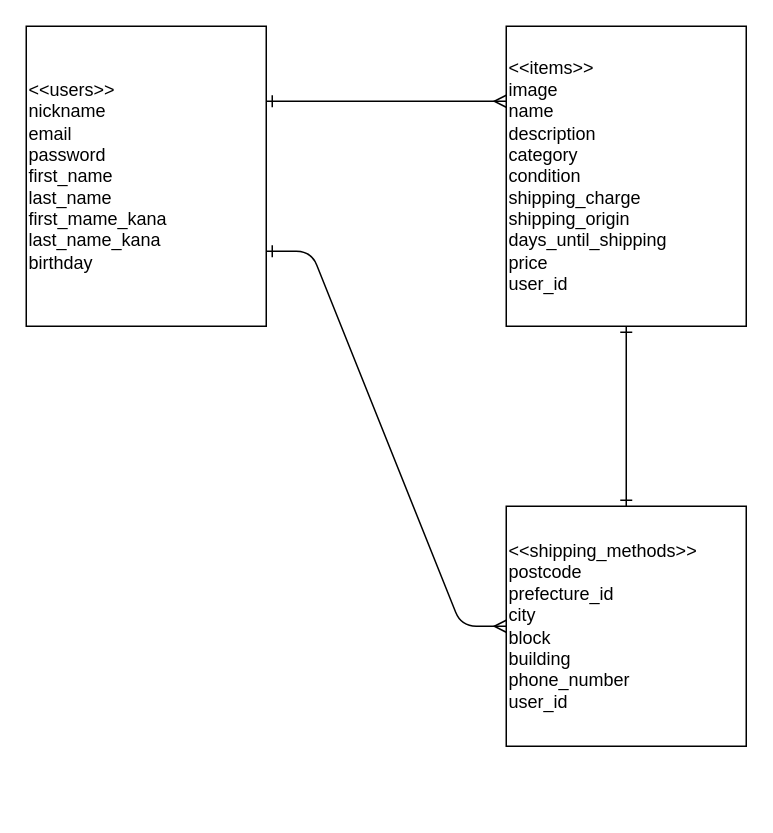
This is drawio/furima.drawio from yutaiko/furima_28263, a draw.io file, before an edit. Source tidied: cells renumbered, new cells numbered last; positions are measured from the earlier drawing's top-left corner, leaving out a move shared by most shapes. Both pictures are drawn from the tidied source at 150%, with x=0, y=0 at pixel (26, 26).
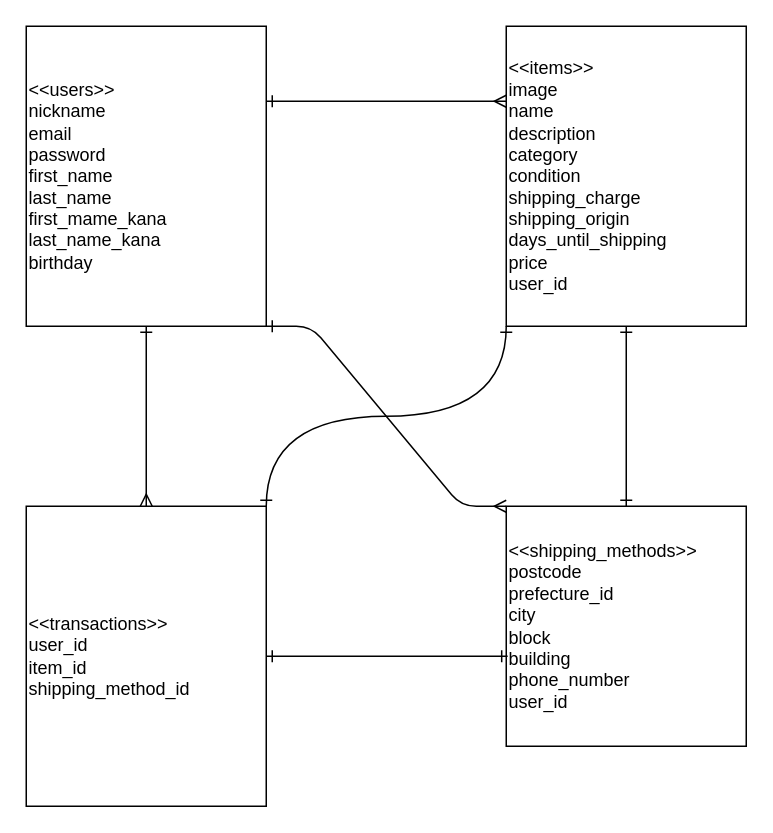
The same diagram, later.

Change to the diagram source:
```diff
@@
 <mxGraphModel>
   <root>
     <mxCell id="0" />
     <mxCell id="1" parent="0" />
     <mxCell id="2" value="&amp;lt;&amp;lt;users&amp;gt;&amp;gt;&lt;br&gt;nickname&lt;br&gt;email&lt;br&gt;password&lt;br&gt;first_name&lt;br&gt;last_name&lt;br&gt;first_mame_kana&lt;br&gt;last_name_kana&lt;br&gt;birthday" style="rounded=0;whiteSpace=wrap;html=1;align=left;" parent="1" vertex="1">
       <mxGeometry width="160" height="200" as="geometry" />
     </mxCell>
     <mxCell id="3" style="edgeStyle=none;rounded=0;jettySize=auto;html=1;exitX=0.5;exitY=1;exitDx=0;exitDy=0;startArrow=ERoneToMany;startFill=0;endArrow=ERone;endFill=0;strokeWidth=1;" parent="1" edge="1" source="4">
       <mxGeometry relative="1" as="geometry">
         <mxPoint x="400" y="200" as="targetPoint" />
       </mxGeometry>
     </mxCell>
     <mxCell id="4" value="&amp;lt;&amp;lt;items&amp;gt;&amp;gt;&lt;br&gt;image&lt;br&gt;name&lt;br&gt;description&lt;br&gt;category&lt;br&gt;condition&lt;br&gt;shipping_charge&lt;br&gt;shipping_origin&lt;br&gt;days_until_shipping&lt;br&gt;price&lt;br&gt;user_id" style="rounded=0;whiteSpace=wrap;html=1;align=left;" parent="1" vertex="1">
       <mxGeometry x="320" width="160" height="200" as="geometry" />
     </mxCell>
     <mxCell id="5" value="&amp;lt;&amp;lt;shipping_methods&amp;gt;&amp;gt;&lt;br&gt;postcode&lt;br&gt;prefecture_id&lt;br&gt;&lt;div&gt;&lt;span&gt;city&lt;/span&gt;&lt;/div&gt;&lt;div&gt;&lt;span&gt;block&lt;/span&gt;&lt;/div&gt;building&lt;br&gt;phone_number&lt;br&gt;user_id" style="rounded=0;whiteSpace=wrap;html=1;align=left;" parent="1" vertex="1">
       <mxGeometry x="320" y="320" width="160" height="160" as="geometry" />
     </mxCell>
     <mxCell id="6" style="fontSize=12;html=1;endArrow=ERone;startArrow=ERone;strokeWidth=1;exitX=0.5;exitY=1;exitDx=0;exitDy=0;endFill=0;startFill=0;" parent="1" edge="1" source="4" target="5">
       <mxGeometry relative="1" as="geometry" />
     </mxCell>
-    <mxCell id="7" style="edgeStyle=entityRelationEdgeStyle;fontSize=12;html=1;endArrow=ERmany;strokeWidth=1;exitX=1;exitY=0.75;exitDx=0;exitDy=0;entryX=0;entryY=0.5;entryDx=0;entryDy=0;startArrow=ERone;startFill=0;endFill=0;" parent="1" edge="1" source="2" target="5">
+    <mxCell id="7" style="edgeStyle=entityRelationEdgeStyle;fontSize=12;html=1;endArrow=ERmany;strokeWidth=1;exitX=1;exitY=1;exitDx=0;exitDy=0;entryX=0;entryY=0;entryDx=0;entryDy=0;startArrow=ERone;startFill=0;endFill=0;" parent="1" edge="1" source="2" target="5">
       <mxGeometry relative="1" as="geometry" />
     </mxCell>
     <mxCell id="8" style="fontSize=12;html=1;endArrow=ERmany;strokeWidth=1;entryX=0;entryY=0.25;entryDx=0;entryDy=0;exitX=1;exitY=0.25;exitDx=0;exitDy=0;startArrow=ERone;startFill=0;endFill=0;" parent="1" edge="1" source="2" target="4">
       <mxGeometry relative="1" as="geometry" />
     </mxCell>
+    <mxCell id="9" style="edgeStyle=orthogonalEdgeStyle;rounded=0;jettySize=auto;html=1;exitX=0.5;exitY=0;exitDx=0;exitDy=0;entryX=0.5;entryY=1;entryDx=0;entryDy=0;endArrow=ERone;endFill=0;startArrow=ERmany;startFill=0;" parent="1" edge="1" source="12" target="2">
+      <mxGeometry relative="1" as="geometry" />
+    </mxCell>
+    <mxCell id="10" style="edgeStyle=orthogonalEdgeStyle;rounded=0;jettySize=auto;html=1;exitX=1;exitY=0;exitDx=0;exitDy=0;entryX=0;entryY=1;entryDx=0;entryDy=0;startArrow=ERone;startFill=0;endArrow=ERone;endFill=0;curved=1;" parent="1" edge="1" source="12" target="4">
+      <mxGeometry relative="1" as="geometry" />
+    </mxCell>
+    <mxCell id="11" style="edgeStyle=orthogonalEdgeStyle;curved=1;rounded=0;jettySize=auto;html=1;entryX=0.006;entryY=0.625;entryDx=0;entryDy=0;entryPerimeter=0;startArrow=ERone;startFill=0;endArrow=ERone;endFill=0;" parent="1" edge="1" source="12" target="5">
+      <mxGeometry relative="1" as="geometry" />
+    </mxCell>
+    <mxCell id="12" value="&amp;lt;&amp;lt;transactions&amp;gt;&amp;gt;&lt;br&gt;user_id&lt;br&gt;item_id&lt;br&gt;shipping_method_id" style="rounded=0;whiteSpace=wrap;html=1;align=left;" parent="1" vertex="1">
+      <mxGeometry y="320" width="160" height="200" as="geometry" />
+    </mxCell>
   </root>
 </mxGraphModel>
```
